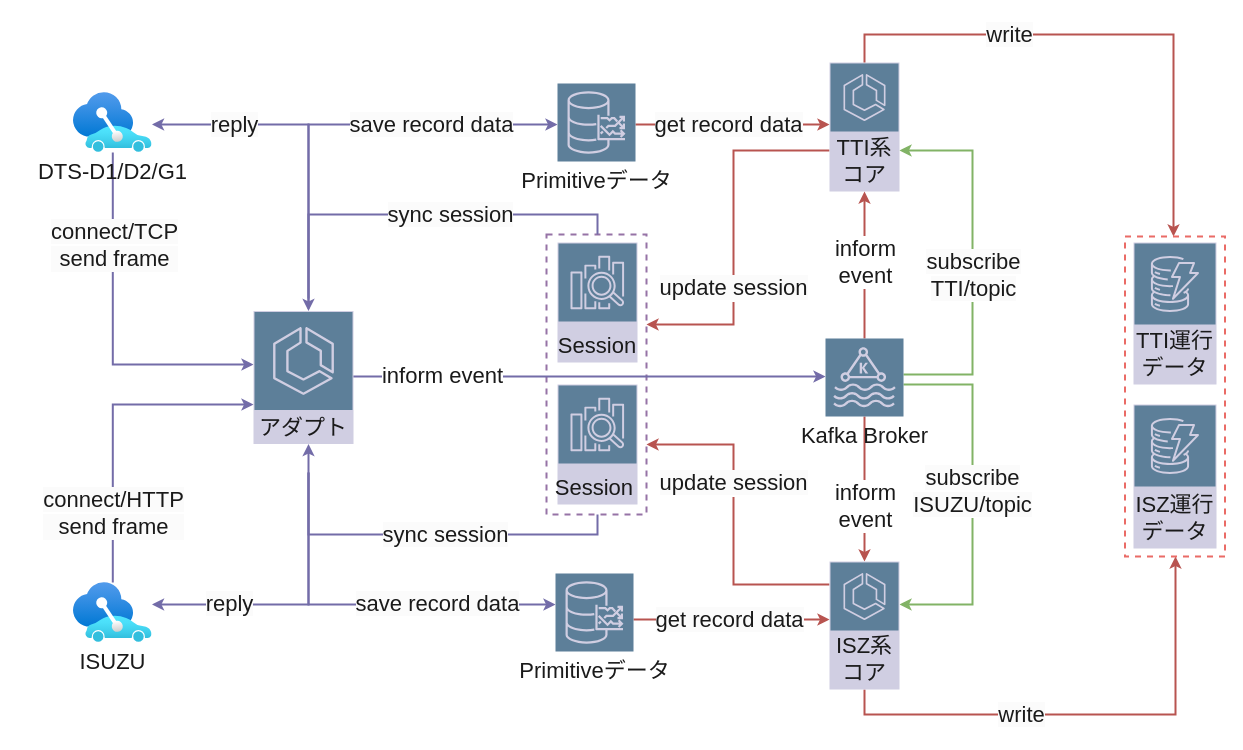
This is page "V4-Flowchart" (2 of 2) of V3.drawio from enddeadroyal/rust-course, a draw.io file, before an edit. Source tidied: cells renumbered, new cells numbered last; positions are measured from the earlier drawing's top-left corner, leaving out a move shared by most shapes. Both pictures are drawn from the tidied source at 100%, with x=0, y=0 at pixel (73, 34).
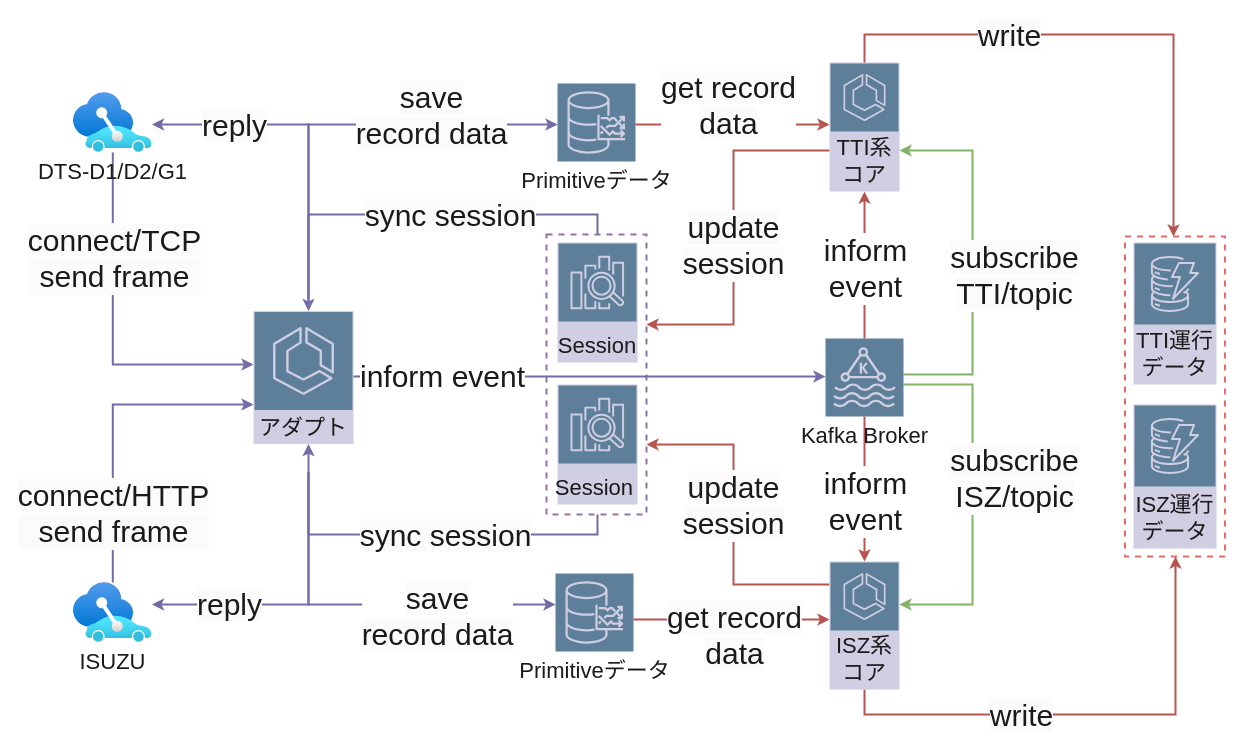
Above is the later version.

The change refers to these unchanged cells:
```xml
<mxCell id="3" style="edgeStyle=orthogonalEdgeStyle;rounded=0;jettySize=auto;html=1;strokeColor=#736CA8;fontColor=default;strokeWidth=2;labelBackgroundColor=none;fontSize=22;" parent="1" edge="1" source="5" target="16">
  <mxGeometry relative="1" as="geometry">
    <Array as="points">
      <mxPoint x="39" y="330" />
    </Array>
  </mxGeometry>
</mxCell>
<mxCell id="6" style="edgeStyle=orthogonalEdgeStyle;rounded=0;orthogonalLoop=1;jettySize=auto;html=1;strokeColor=#736CA8;fontColor=default;strokeWidth=2;labelBackgroundColor=none;fontSize=22;" parent="1" edge="1">
  <mxGeometry relative="1" as="geometry">
    <mxPoint x="235" y="264" as="sourcePoint" />
    <mxPoint x="484" y="90" as="targetPoint" />
    <Array as="points">
      <mxPoint x="235" y="90" />
    </Array>
  </mxGeometry>
</mxCell>
<mxCell id="8" style="edgeStyle=orthogonalEdgeStyle;rounded=0;jettySize=auto;html=1;strokeColor=#736CA8;fontColor=default;labelBackgroundColor=none;strokeWidth=2;fontSize=22;" parent="1" edge="1" target="49">
  <mxGeometry relative="1" as="geometry">
    <mxPoint x="235" y="438" as="sourcePoint" />
    <Array as="points">
      <mxPoint x="235" y="570" />
    </Array>
  </mxGeometry>
</mxCell>
<mxCell id="10" style="edgeStyle=orthogonalEdgeStyle;rounded=0;jettySize=auto;html=1;strokeColor=#736CA8;fontColor=default;labelBackgroundColor=none;strokeWidth=2;fontSize=22;" parent="1" edge="1" target="46">
  <mxGeometry relative="1" as="geometry">
    <mxPoint x="235" y="438" as="sourcePoint" />
    <Array as="points">
      <mxPoint x="235" y="570" />
    </Array>
  </mxGeometry>
</mxCell>
<mxCell id="12" style="edgeStyle=orthogonalEdgeStyle;rounded=0;jettySize=auto;html=1;strokeColor=#736CA8;fontColor=default;labelBackgroundColor=none;strokeWidth=2;fontSize=22;" parent="1" edge="1" target="5">
  <mxGeometry relative="1" as="geometry">
    <mxPoint x="235" y="274" as="sourcePoint" />
    <Array as="points">
      <mxPoint x="235" y="90" />
    </Array>
  </mxGeometry>
</mxCell>
<mxCell id="14" style="edgeStyle=orthogonalEdgeStyle;rounded=0;jettySize=auto;html=1;strokeColor=#736CA8;fontColor=#1A1A1A;strokeWidth=2;fontSize=22;" parent="1" edge="1" target="31">
  <mxGeometry relative="1" as="geometry">
    <mxPoint x="250" y="358.5" as="sourcePoint" />
    <Array as="points">
      <mxPoint x="250" y="342" />
    </Array>
  </mxGeometry>
</mxCell>
<mxCell id="17" style="edgeStyle=orthogonalEdgeStyle;rounded=0;jettySize=auto;html=1;strokeColor=#b85450;fontColor=default;strokeWidth=2;labelBackgroundColor=none;fillColor=#f8cecc;fontSize=22;" parent="1" edge="1" source="19" target="2">
  <mxGeometry relative="1" as="geometry">
    <Array as="points">
      <mxPoint x="660" y="116" />
      <mxPoint x="660" y="290" />
    </Array>
  </mxGeometry>
</mxCell>
<mxCell id="20" style="edgeStyle=orthogonalEdgeStyle;rounded=0;jettySize=auto;html=1;strokeColor=#b85450;fontColor=default;strokeWidth=2;labelBackgroundColor=none;fillColor=#f8cecc;fontSize=22;" parent="1" edge="1" source="22" target="19">
  <mxGeometry relative="1" as="geometry">
    <Array as="points">
      <mxPoint x="660" y="90" />
      <mxPoint x="660" y="90" />
    </Array>
  </mxGeometry>
</mxCell>
<mxCell id="23" style="edgeStyle=orthogonalEdgeStyle;rounded=0;jettySize=auto;html=1;strokeColor=#82b366;fontColor=#1A1A1A;fillColor=#d5e8d4;strokeWidth=2;fontSize=22;" parent="1" edge="1" source="31" target="19">
  <mxGeometry relative="1" as="geometry">
    <Array as="points">
      <mxPoint x="899" y="340" />
      <mxPoint x="899" y="116" />
    </Array>
  </mxGeometry>
</mxCell>
<mxCell id="25" style="edgeStyle=orthogonalEdgeStyle;rounded=0;jettySize=auto;html=1;strokeColor=#82b366;fontColor=#1A1A1A;fillColor=#d5e8d4;strokeWidth=2;fontSize=22;" parent="1" edge="1" source="31" target="42">
  <mxGeometry relative="1" as="geometry">
    <Array as="points">
      <mxPoint x="899" y="350" />
      <mxPoint x="899" y="570" />
    </Array>
  </mxGeometry>
</mxCell>
<mxCell id="27" style="edgeStyle=orthogonalEdgeStyle;rounded=0;jettySize=auto;html=1;strokeColor=#b85450;fontColor=#1A1A1A;fillColor=#f8cecc;strokeWidth=2;fontSize=22;" parent="1" edge="1" source="31" target="19">
  <mxGeometry relative="1" as="geometry" />
</mxCell>
<mxCell id="29" style="edgeStyle=orthogonalEdgeStyle;rounded=0;jettySize=auto;html=1;strokeColor=#b85450;fontColor=#1A1A1A;fillColor=#f8cecc;strokeWidth=2;fontSize=22;" parent="1" edge="1" source="31" target="42">
  <mxGeometry relative="1" as="geometry">
    <Array as="points">
      <mxPoint x="791" y="420" />
      <mxPoint x="791" y="420" />
    </Array>
  </mxGeometry>
</mxCell>
<mxCell id="32" style="edgeStyle=orthogonalEdgeStyle;rounded=0;jettySize=auto;html=1;strokeColor=#736CA8;fontColor=default;strokeWidth=2;labelBackgroundColor=none;fontSize=22;" parent="1" edge="1" source="2" target="16">
  <mxGeometry relative="1" as="geometry">
    <Array as="points">
      <mxPoint x="524" y="180" />
      <mxPoint x="235" y="180" />
    </Array>
  </mxGeometry>
</mxCell>
<mxCell id="36" style="edgeStyle=orthogonalEdgeStyle;rounded=0;jettySize=auto;html=1;strokeColor=#b85450;fontColor=default;strokeWidth=2;labelBackgroundColor=none;fillColor=#f8cecc;fontSize=22;" parent="1" edge="1" source="19" target="53">
  <mxGeometry relative="1" as="geometry">
    <Array as="points">
      <mxPoint x="791" />
      <mxPoint x="1100" />
    </Array>
  </mxGeometry>
</mxCell>
<mxCell id="38" style="edgeStyle=orthogonalEdgeStyle;rounded=0;jettySize=auto;html=1;strokeColor=#b85450;fontColor=default;labelBackgroundColor=none;fillColor=#f8cecc;strokeWidth=2;fontSize=22;" parent="1" edge="1" source="42" target="2">
  <mxGeometry relative="1" as="geometry">
    <Array as="points">
      <mxPoint x="660" y="550" />
      <mxPoint x="660" y="410" />
    </Array>
  </mxGeometry>
</mxCell>
<mxCell id="40" style="edgeStyle=orthogonalEdgeStyle;rounded=0;jettySize=auto;html=1;strokeColor=#b85450;fontColor=default;labelBackgroundColor=none;fillColor=#f8cecc;strokeWidth=2;fontSize=22;" parent="1" edge="1" source="42" target="53">
  <mxGeometry relative="1" as="geometry">
    <Array as="points">
      <mxPoint x="791" y="680" />
      <mxPoint x="1102" y="680" />
    </Array>
  </mxGeometry>
</mxCell>
<mxCell id="44" style="edgeStyle=orthogonalEdgeStyle;rounded=0;jettySize=auto;html=1;strokeColor=#736CA8;fontColor=default;labelBackgroundColor=none;strokeWidth=2;fontSize=22;" parent="1" edge="1" source="46" target="16">
  <mxGeometry relative="1" as="geometry">
    <Array as="points">
      <mxPoint x="39" y="370" />
    </Array>
  </mxGeometry>
</mxCell>
<mxCell id="47" style="edgeStyle=orthogonalEdgeStyle;rounded=0;jettySize=auto;html=1;strokeColor=#b85450;fontColor=default;labelBackgroundColor=none;fillColor=#f8cecc;strokeWidth=2;fontSize=22;" parent="1" edge="1" source="49" target="42">
  <mxGeometry relative="1" as="geometry">
    <Array as="points">
      <mxPoint x="570" y="585" />
      <mxPoint x="570" y="585" />
    </Array>
  </mxGeometry>
</mxCell>
<mxCell id="50" style="edgeStyle=orthogonalEdgeStyle;rounded=0;jettySize=auto;html=1;strokeColor=#736CA8;fontColor=default;labelBackgroundColor=none;strokeWidth=2;fontSize=22;" parent="1" edge="1" source="2" target="16">
  <mxGeometry relative="1" as="geometry">
    <Array as="points">
      <mxPoint x="524" y="500" />
      <mxPoint x="235" y="500" />
    </Array>
  </mxGeometry>
</mxCell>
```

Change to the diagram source:
```diff
@@
-    <mxCell id="4" value="&lt;span style=&quot;background-color: rgb(251, 251, 251); font-size: 22px;&quot;&gt;connect/TCP&lt;/span&gt;&lt;div style=&quot;background-color: rgb(251, 251, 251); font-size: 22px;&quot;&gt;send frame&lt;/div&gt;" style="edgeLabel;html=1;align=center;verticalAlign=middle;strokeColor=#D0CEE2;fontColor=#1A1A1A;fillColor=#5D7F99;fontSize=22;" parent="3" vertex="1">
-      <mxGeometry x="-0.48" y="1" relative="1" as="geometry" />
+    <mxCell id="4" value="&lt;span style=&quot;background-color: rgb(251, 251, 251); font-size: 30px;&quot;&gt;connect/TCP&lt;/span&gt;&lt;div style=&quot;background-color: rgb(251, 251, 251); font-size: 30px;&quot;&gt;send frame&lt;/div&gt;" style="edgeLabel;html=1;align=center;verticalAlign=middle;strokeColor=#D0CEE2;fontColor=#1A1A1A;fillColor=#5D7F99;fontSize=30;" parent="3" vertex="1">
+      <mxGeometry x="-0.48" y="1" relative="1" as="geometry">
+        <mxPoint y="13" as="offset" />
+      </mxGeometry>
     </mxCell>
@@
-    <mxCell id="7" value="&lt;span style=&quot;font-size: 22px; background-color: rgb(251, 251, 251);&quot;&gt;save record data&lt;/span&gt;" style="edgeLabel;html=1;align=center;verticalAlign=middle;strokeColor=#D0CEE2;fontColor=#1A1A1A;fillColor=#5D7F99;fontSize=22;" parent="6" vertex="1">
-      <mxGeometry x="0.4" relative="1" as="geometry" />
+    <mxCell id="7" value="&lt;span style=&quot;font-size: 30px; background-color: rgb(251, 251, 251);&quot;&gt;save&lt;/span&gt;&lt;div&gt;&lt;span style=&quot;font-size: 30px; background-color: rgb(251, 251, 251);&quot;&gt;record data&lt;/span&gt;&lt;/div&gt;" style="edgeLabel;html=1;align=center;verticalAlign=middle;strokeColor=#D0CEE2;fontColor=#1A1A1A;fillColor=#5D7F99;fontSize=30;" parent="6" vertex="1">
+      <mxGeometry x="0.4" relative="1" as="geometry">
+        <mxPoint y="-10" as="offset" />
+      </mxGeometry>
     </mxCell>
@@
-    <mxCell id="9" value="&lt;span style=&quot;font-size: 22px; background-color: rgb(251, 251, 251);&quot;&gt;save record data&lt;/span&gt;" style="edgeLabel;html=1;align=center;verticalAlign=middle;strokeColor=#D0CEE2;fontColor=#1A1A1A;fillColor=#5D7F99;fontSize=22;" parent="8" vertex="1">
-      <mxGeometry x="0.37" y="1" relative="1" as="geometry" />
+    <mxCell id="9" value="&lt;span style=&quot;font-size: 30px; background-color: rgb(251, 251, 251);&quot;&gt;save&lt;/span&gt;&lt;div&gt;&lt;span style=&quot;font-size: 30px; background-color: rgb(251, 251, 251);&quot;&gt;record data&lt;/span&gt;&lt;/div&gt;" style="edgeLabel;html=1;align=center;verticalAlign=middle;strokeColor=#D0CEE2;fontColor=#1A1A1A;fillColor=#5D7F99;fontSize=30;" parent="8" vertex="1">
+      <mxGeometry x="0.37" y="1" relative="1" as="geometry">
+        <mxPoint y="12" as="offset" />
+      </mxGeometry>
     </mxCell>
@@
-    <mxCell id="11" value="&lt;span style=&quot;font-size: 22px; background-color: rgb(251, 251, 251);&quot;&gt;reply&lt;/span&gt;" style="edgeLabel;html=1;align=center;verticalAlign=middle;strokeColor=#D0CEE2;fontColor=#1A1A1A;fillColor=#5D7F99;fontSize=22;" parent="10" vertex="1">
+    <mxCell id="11" value="&lt;span style=&quot;font-size: 30px; background-color: rgb(251, 251, 251);&quot;&gt;reply&lt;/span&gt;" style="edgeLabel;html=1;align=center;verticalAlign=middle;strokeColor=#D0CEE2;fontColor=#1A1A1A;fillColor=#5D7F99;fontSize=30;" parent="10" vertex="1">
       <mxGeometry x="0.47" y="-1" relative="1" as="geometry" />
     </mxCell>
@@
-    <mxCell id="13" value="&lt;span style=&quot;font-size: 22px; background-color: rgb(251, 251, 251);&quot;&gt;reply&lt;/span&gt;" style="edgeLabel;html=1;align=center;verticalAlign=middle;strokeColor=#D0CEE2;fontColor=#1A1A1A;fillColor=#5D7F99;fontSize=22;" parent="12" vertex="1">
+    <mxCell id="13" value="&lt;span style=&quot;font-size: 30px; background-color: rgb(251, 251, 251);&quot;&gt;reply&lt;/span&gt;" style="edgeLabel;html=1;align=center;verticalAlign=middle;strokeColor=#D0CEE2;fontColor=#1A1A1A;fillColor=#5D7F99;fontSize=30;" parent="12" vertex="1">
       <mxGeometry x="0.52" relative="1" as="geometry" />
     </mxCell>
@@
-    <mxCell id="15" value="inform event" style="edgeLabel;html=1;align=center;verticalAlign=middle;strokeColor=#D0CEE2;fontColor=#1A1A1A;fillColor=#5D7F99;fontSize=22;" parent="14" vertex="1">
+    <mxCell id="15" value="inform event" style="edgeLabel;html=1;align=center;verticalAlign=middle;strokeColor=#D0CEE2;fontColor=#1A1A1A;fillColor=#5D7F99;fontSize=30;" parent="14" vertex="1">
       <mxGeometry x="-0.48" y="1" relative="1" as="geometry" />
     </mxCell>
@@
-    <mxCell id="18" value="&lt;span style=&quot;font-size: 22px; background-color: rgb(251, 251, 251);&quot;&gt;update session&lt;/span&gt;" style="edgeLabel;html=1;align=center;verticalAlign=middle;strokeColor=#D0CEE2;fontColor=#1A1A1A;fillColor=#5D7F99;fontSize=22;" parent="17" vertex="1">
+    <mxCell id="18" value="&lt;span style=&quot;font-size: 30px; background-color: rgb(251, 251, 251);&quot;&gt;update&lt;/span&gt;&lt;div&gt;&lt;span style=&quot;font-size: 30px; background-color: rgb(251, 251, 251);&quot;&gt;session&lt;/span&gt;&lt;/div&gt;" style="edgeLabel;html=1;align=center;verticalAlign=middle;strokeColor=#D0CEE2;fontColor=#1A1A1A;fillColor=#5D7F99;fontSize=30;" parent="17" vertex="1">
       <mxGeometry x="0.34" y="-1" relative="1" as="geometry">
-        <mxPoint y="-6" as="offset" />
+        <mxPoint y="-49" as="offset" />
       </mxGeometry>
     </mxCell>
@@
-    <mxCell id="21" value="&lt;span style=&quot;font-size: 22px; background-color: rgb(251, 251, 251);&quot;&gt;get record data&lt;/span&gt;" style="edgeLabel;html=1;align=center;verticalAlign=middle;strokeColor=#D0CEE2;fontColor=#1A1A1A;fillColor=#5D7F99;fontSize=22;" parent="20" vertex="1">
-      <mxGeometry x="-0.05" relative="1" as="geometry" />
+    <mxCell id="21" value="&lt;span style=&quot;font-size: 30px; background-color: rgb(251, 251, 251);&quot;&gt;get record&lt;/span&gt;&lt;div&gt;&lt;span style=&quot;background-color: rgb(251, 251, 251);&quot;&gt;data&lt;/span&gt;&lt;/div&gt;" style="edgeLabel;html=1;align=center;verticalAlign=middle;strokeColor=#D0CEE2;fontColor=#1A1A1A;fillColor=#5D7F99;fontSize=30;" parent="20" vertex="1">
+      <mxGeometry x="-0.05" relative="1" as="geometry">
+        <mxPoint y="-20" as="offset" />
+      </mxGeometry>
     </mxCell>
@@
-    <mxCell id="24" value="&lt;span style=&quot;font-size: 22px; background-color: rgb(251, 251, 251);&quot;&gt;subscribe&lt;/span&gt;&lt;div style=&quot;font-size: 22px;&quot;&gt;&lt;span style=&quot;font-size: 22px; background-color: rgb(251, 251, 251);&quot;&gt;TTI/topic&lt;/span&gt;&lt;/div&gt;" style="edgeLabel;html=1;align=center;verticalAlign=middle;strokeColor=#D0CEE2;fontColor=#1A1A1A;fillColor=#5D7F99;fontSize=22;" parent="23" vertex="1">
+    <mxCell id="24" value="&lt;span style=&quot;font-size: 30px; background-color: rgb(251, 251, 251);&quot;&gt;subscribe&lt;/span&gt;&lt;div style=&quot;font-size: 30px;&quot;&gt;&lt;span style=&quot;font-size: 30px; background-color: rgb(251, 251, 251);&quot;&gt;TTI/topic&lt;/span&gt;&lt;/div&gt;" style="edgeLabel;html=1;align=center;verticalAlign=middle;strokeColor=#D0CEE2;fontColor=#1A1A1A;fillColor=#5D7F99;fontSize=30;" parent="23" vertex="1">
       <mxGeometry x="-0.08" relative="1" as="geometry">
-        <mxPoint y="-1" as="offset" />
+        <mxPoint x="41" y="-1" as="offset" />
       </mxGeometry>
     </mxCell>
@@
-    <mxCell id="26" value="&lt;span style=&quot;font-size: 22px; background-color: rgb(251, 251, 251);&quot;&gt;subscribe&lt;/span&gt;&lt;div style=&quot;font-size: 22px;&quot;&gt;&lt;span style=&quot;font-size: 22px; background-color: rgb(251, 251, 251);&quot;&gt;ISUZU/topic&lt;/span&gt;&lt;/div&gt;" style="edgeLabel;html=1;align=center;verticalAlign=middle;strokeColor=#D0CEE2;fontColor=#1A1A1A;fillColor=#5D7F99;fontSize=22;" parent="25" vertex="1">
+    <mxCell id="26" value="&lt;span style=&quot;font-size: 30px; background-color: rgb(251, 251, 251);&quot;&gt;subscribe&lt;/span&gt;&lt;div style=&quot;font-size: 30px;&quot;&gt;&lt;span style=&quot;font-size: 30px; background-color: rgb(251, 251, 251);&quot;&gt;ISZ/topic&lt;/span&gt;&lt;/div&gt;" style="edgeLabel;html=1;align=center;verticalAlign=middle;strokeColor=#D0CEE2;fontColor=#1A1A1A;fillColor=#5D7F99;fontSize=30;" parent="25" vertex="1">
       <mxGeometry x="-0.03" y="-1" relative="1" as="geometry">
-        <mxPoint y="-1" as="offset" />
+        <mxPoint x="42" y="-14" as="offset" />
       </mxGeometry>
     </mxCell>
@@
-    <mxCell id="28" value="inform&lt;div&gt;event&lt;/div&gt;" style="edgeLabel;html=1;align=center;verticalAlign=middle;strokeColor=#D0CEE2;fontColor=#1A1A1A;fillColor=#5D7F99;fontSize=22;" parent="27" vertex="1">
+    <mxCell id="28" value="inform&lt;div style=&quot;font-size: 30px;&quot;&gt;event&lt;/div&gt;" style="edgeLabel;html=1;align=center;verticalAlign=middle;strokeColor=#D0CEE2;fontColor=#1A1A1A;fillColor=#5D7F99;fontSize=30;" parent="27" vertex="1">
       <mxGeometry x="0.49" y="1" relative="1" as="geometry">
-        <mxPoint x="1" y="33" as="offset" />
+        <mxPoint x="1" y="39" as="offset" />
       </mxGeometry>
     </mxCell>
@@
-    <mxCell id="30" value="&lt;span style=&quot;font-size: 22px;&quot;&gt;inform &lt;br&gt;event&lt;/span&gt;" style="edgeLabel;html=1;align=center;verticalAlign=middle;strokeColor=#D0CEE2;fontColor=#1A1A1A;fillColor=#5D7F99;fontSize=22;" parent="29" vertex="1">
+    <mxCell id="30" value="&lt;span style=&quot;font-size: 30px;&quot;&gt;inform &lt;br style=&quot;font-size: 30px;&quot;&gt;event&lt;/span&gt;" style="edgeLabel;html=1;align=center;verticalAlign=middle;strokeColor=#D0CEE2;fontColor=#1A1A1A;fillColor=#5D7F99;fontSize=30;" parent="29" vertex="1">
       <mxGeometry x="0.49" y="-1" relative="1" as="geometry">
-        <mxPoint x="1" y="-19" as="offset" />
+        <mxPoint x="1" y="-24" as="offset" />
       </mxGeometry>
     </mxCell>
@@
-    <mxCell id="33" value="&lt;span style=&quot;font-size: 22px; background-color: rgb(251, 251, 251);&quot;&gt;sync session&lt;/span&gt;" style="edgeLabel;html=1;align=center;verticalAlign=middle;strokeColor=#D0CEE2;fontColor=#1A1A1A;fillColor=#5D7F99;fontSize=22;" parent="32" vertex="1">
+    <mxCell id="33" value="&lt;span style=&quot;font-size: 30px; background-color: rgb(251, 251, 251);&quot;&gt;sync session&lt;/span&gt;" style="edgeLabel;html=1;align=center;verticalAlign=middle;strokeColor=#D0CEE2;fontColor=#1A1A1A;fillColor=#5D7F99;fontSize=30;" parent="32" vertex="1">
       <mxGeometry x="-0.17" relative="1" as="geometry" />
     </mxCell>
@@
-    <mxCell id="37" value="&lt;span style=&quot;font-size: 22px; background-color: rgb(251, 251, 251);&quot;&gt;write&lt;/span&gt;" style="edgeLabel;html=1;align=center;verticalAlign=middle;strokeColor=#D0CEE2;fontColor=#1A1A1A;fillColor=#5D7F99;fontSize=22;" parent="36" vertex="1">
+    <mxCell id="37" value="&lt;span style=&quot;font-size: 30px; background-color: rgb(251, 251, 251);&quot;&gt;write&lt;/span&gt;" style="edgeLabel;html=1;align=center;verticalAlign=middle;strokeColor=#D0CEE2;fontColor=#1A1A1A;fillColor=#5D7F99;fontSize=30;" parent="36" vertex="1">
       <mxGeometry x="0.05" relative="1" as="geometry">
         <mxPoint x="-111" as="offset" />
       </mxGeometry>
     </mxCell>
@@
-    <mxCell id="39" value="&lt;span style=&quot;font-size: 22px; background-color: rgb(251, 251, 251);&quot;&gt;update session&lt;/span&gt;" style="edgeLabel;html=1;align=center;verticalAlign=middle;strokeColor=#D0CEE2;fontColor=#1A1A1A;fillColor=#5D7F99;fontSize=22;" parent="38" vertex="1">
+    <mxCell id="39" value="&lt;span style=&quot;font-size: 30px; background-color: rgb(251, 251, 251);&quot;&gt;update&lt;/span&gt;&lt;div&gt;&lt;span style=&quot;font-size: 30px; background-color: rgb(251, 251, 251);&quot;&gt;session&lt;/span&gt;&lt;/div&gt;" style="edgeLabel;html=1;align=center;verticalAlign=middle;strokeColor=#D0CEE2;fontColor=#1A1A1A;fillColor=#5D7F99;fontSize=30;" parent="38" vertex="1">
       <mxGeometry x="0.29" y="1" relative="1" as="geometry">
-        <mxPoint y="10" as="offset" />
+        <mxPoint y="32" as="offset" />
       </mxGeometry>
     </mxCell>
@@
-    <mxCell id="41" value="&lt;span style=&quot;font-size: 22px; background-color: rgb(251, 251, 251);&quot;&gt;write&lt;/span&gt;" style="edgeLabel;html=1;align=center;verticalAlign=middle;strokeColor=#D0CEE2;fontColor=#1A1A1A;fillColor=#5D7F99;fontSize=22;" parent="40" vertex="1">
+    <mxCell id="41" value="&lt;span style=&quot;font-size: 30px; background-color: rgb(251, 251, 251);&quot;&gt;write&lt;/span&gt;" style="edgeLabel;html=1;align=center;verticalAlign=middle;strokeColor=#D0CEE2;fontColor=#1A1A1A;fillColor=#5D7F99;fontSize=30;" parent="40" vertex="1">
       <mxGeometry x="-0.02" y="-3" relative="1" as="geometry">
         <mxPoint x="-61" y="-3" as="offset" />
       </mxGeometry>
     </mxCell>
@@
-    <mxCell id="45" value="&lt;span style=&quot;background-color: rgb(251, 251, 251); font-size: 22px;&quot;&gt;connect/HTTP&lt;/span&gt;&lt;div style=&quot;background-color: rgb(251, 251, 251); font-size: 22px;&quot;&gt;send frame&lt;/div&gt;" style="edgeLabel;html=1;align=center;verticalAlign=middle;strokeColor=#D0CEE2;fontColor=#1A1A1A;fillColor=#5D7F99;fontSize=22;" parent="44" vertex="1">
+    <mxCell id="45" value="&lt;span style=&quot;background-color: rgb(251, 251, 251); font-size: 30px;&quot;&gt;connect/HTTP&lt;/span&gt;&lt;div style=&quot;background-color: rgb(251, 251, 251); font-size: 30px;&quot;&gt;send frame&lt;/div&gt;" style="edgeLabel;html=1;align=center;verticalAlign=middle;strokeColor=#D0CEE2;fontColor=#1A1A1A;fillColor=#5D7F99;fontSize=30;" parent="44" vertex="1">
       <mxGeometry x="-0.56" relative="1" as="geometry" />
     </mxCell>
@@
-    <mxCell id="48" value="&lt;span style=&quot;font-size: 22px; background-color: rgb(251, 251, 251);&quot;&gt;get record data&lt;/span&gt;" style="edgeLabel;html=1;align=center;verticalAlign=middle;strokeColor=#D0CEE2;fontColor=#1A1A1A;fillColor=#5D7F99;fontSize=22;" parent="47" vertex="1">
-      <mxGeometry x="-0.03" relative="1" as="geometry" />
+    <mxCell id="48" value="&lt;span style=&quot;font-size: 30px; background-color: rgb(251, 251, 251);&quot;&gt;get record&lt;/span&gt;&lt;div&gt;&lt;span style=&quot;font-size: 30px; background-color: rgb(251, 251, 251);&quot;&gt;data&lt;/span&gt;&lt;/div&gt;" style="edgeLabel;html=1;align=center;verticalAlign=middle;strokeColor=#D0CEE2;fontColor=#1A1A1A;fillColor=#5D7F99;fontSize=30;" parent="47" vertex="1">
+      <mxGeometry x="-0.03" relative="1" as="geometry">
+        <mxPoint x="5" y="15" as="offset" />
+      </mxGeometry>
     </mxCell>
@@
-    <mxCell id="51" value="&lt;span style=&quot;font-size: 22px; background-color: rgb(251, 251, 251);&quot;&gt;sync session&lt;/span&gt;" style="edgeLabel;html=1;align=center;verticalAlign=middle;strokeColor=#D0CEE2;fontColor=#1A1A1A;fillColor=#5D7F99;fontSize=22;" parent="50" vertex="1">
+    <mxCell id="51" value="&lt;span style=&quot;font-size: 30px; background-color: rgb(251, 251, 251);&quot;&gt;sync session&lt;/span&gt;" style="edgeLabel;html=1;align=center;verticalAlign=middle;strokeColor=#D0CEE2;fontColor=#1A1A1A;fillColor=#5D7F99;fontSize=30;" parent="50" vertex="1">
       <mxGeometry x="-0.16" relative="1" as="geometry">
         <mxPoint x="-5" as="offset" />
       </mxGeometry>
     </mxCell>
```
